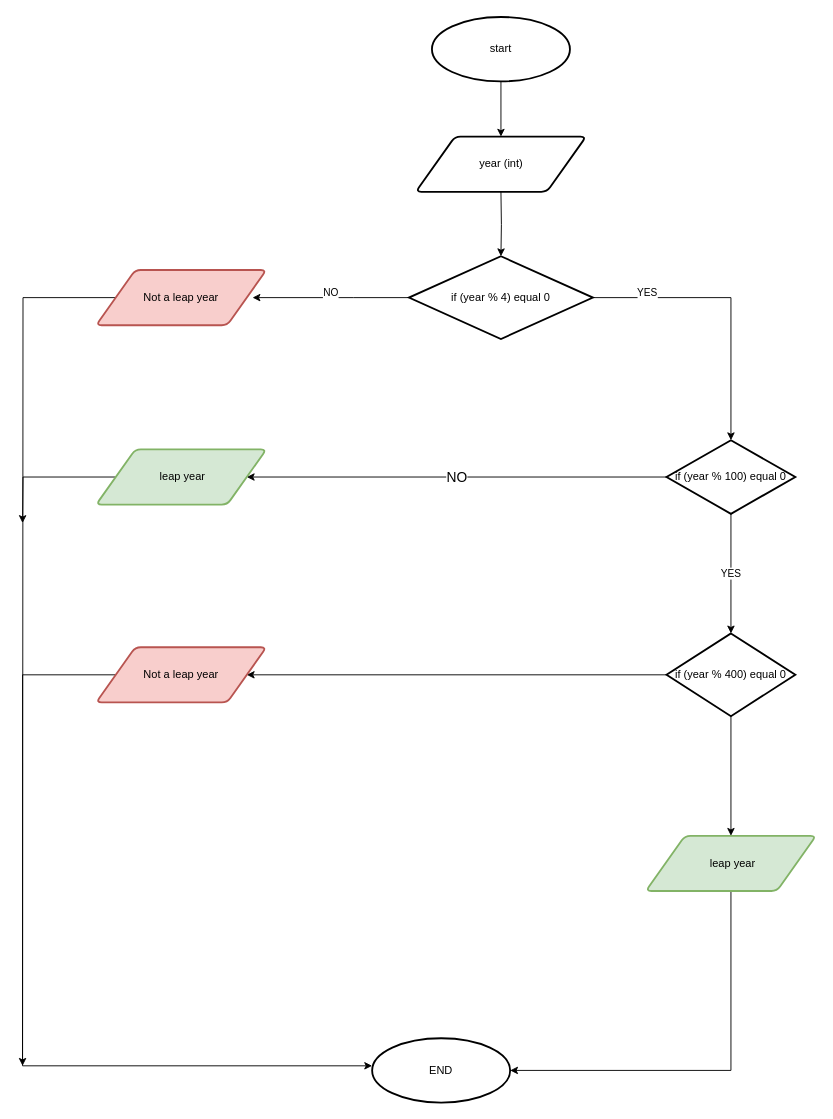
The draw.io diagram Day_3/leap_year/Untitled Diagram.drawio in sameh-mo/100_Days_of_code, before the edit. Source tidied: cells renumbered, new cells numbered last; positions are measured from the earlier drawing's top-left corner, leaving out a move shared by most shapes. Both pictures are drawn from the tidied source at 92%, with x=0, y=0 at pixel (22, 17).
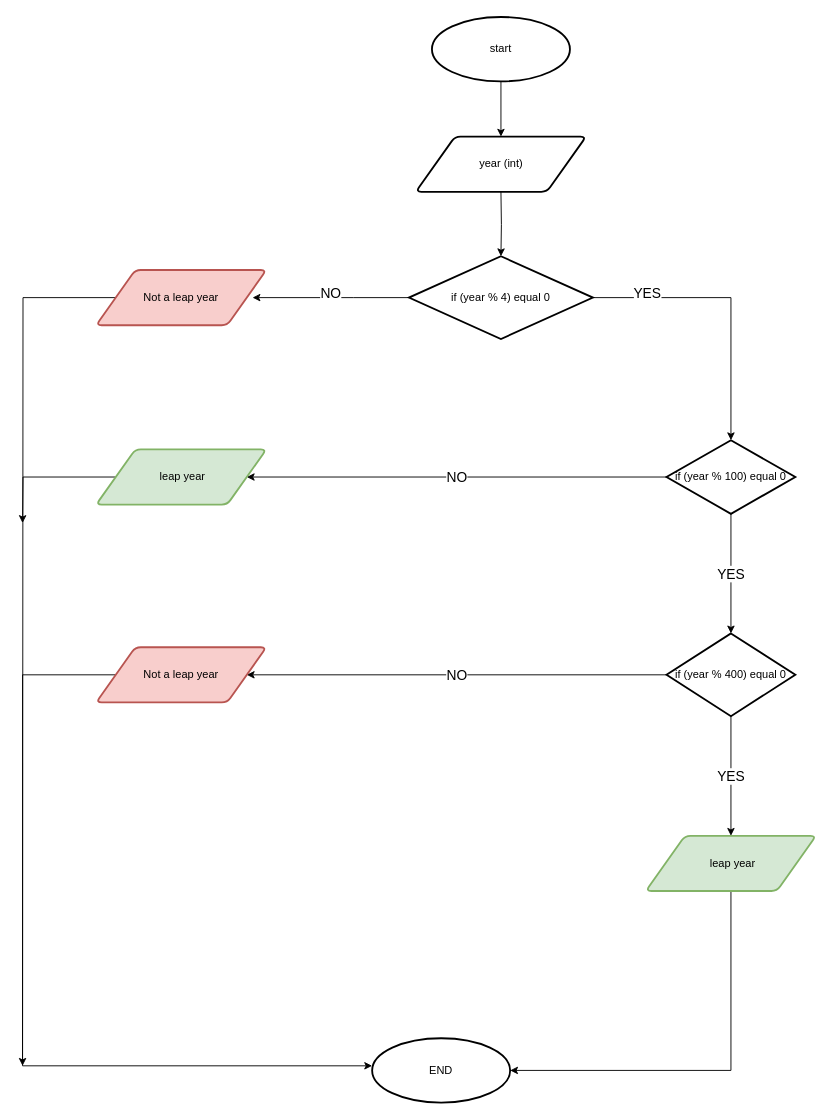
The same diagram, later.

Unchanged cells that the change refers to:
```xml
<mxCell id="5" value="if (year % 4) equal 0" style="rhombus;whiteSpace=wrap;html=1;strokeWidth=2;" parent="1" vertex="1">
  <mxGeometry x="420" y="260" width="200" height="90" as="geometry" />
</mxCell>
<mxCell id="8" value="if (year % 100) equal 0" style="rhombus;whiteSpace=wrap;html=1;strokeWidth=2;" parent="1" vertex="1">
  <mxGeometry x="700" y="460" width="140" height="80" as="geometry" />
</mxCell>
<mxCell id="11" value="if (year % 400) equal 0" style="rhombus;whiteSpace=wrap;html=1;strokeWidth=2;" parent="1" vertex="1">
  <mxGeometry x="700" y="670" width="140" height="90" as="geometry" />
</mxCell>
<mxCell id="21" value="Not a leap year" style="shape=parallelogram;html=1;strokeWidth=2;perimeter=parallelogramPerimeter;whiteSpace=wrap;rounded=1;arcSize=12;size=0.23;fillColor=#f8cecc;strokeColor=#b85450;" parent="1" vertex="1">
  <mxGeometry x="80" y="685" width="185" height="60" as="geometry" />
</mxCell>
```

What changed in the source:
```diff
@@
-    <mxCell id="3" value="YES" style="edgeStyle=orthogonalEdgeStyle;rounded=0;jettySize=auto;html=1;" parent="1" edge="1" source="5" target="8">
+    <mxCell id="3" value="YES" style="edgeStyle=orthogonalEdgeStyle;rounded=0;jettySize=auto;html=1;fontSize=15;" parent="1" edge="1" source="5" target="8">
       <mxGeometry x="-0.61" y="5" relative="1" as="geometry">
         <Array as="points">
           <mxPoint x="770" y="305" />
         </Array>
       </mxGeometry>
     </mxCell>
-    <mxCell id="4" value="NO" style="edgeStyle=orthogonalEdgeStyle;rounded=0;jettySize=auto;html=1;exitX=0;exitY=0.5;exitDx=0;exitDy=0;entryX=1;entryY=0.5;entryDx=0;entryDy=0;" parent="1" edge="1" source="5">
+    <mxCell id="4" value="NO" style="edgeStyle=orthogonalEdgeStyle;rounded=0;jettySize=auto;html=1;exitX=0;exitY=0.5;exitDx=0;exitDy=0;entryX=1;entryY=0.5;entryDx=0;entryDy=0;fontSize=15;" parent="1" edge="1" source="5">
       <mxGeometry y="-5" relative="1" as="geometry">
         <mxPoint x="250" y="305" as="targetPoint" />
         <Array as="points">
           <mxPoint x="360" y="305" />
           <mxPoint x="360" y="305" />
         </Array>
       </mxGeometry>
     </mxCell>
@@
-    <mxCell id="7" value="YES" style="edgeStyle=orthogonalEdgeStyle;rounded=0;jettySize=auto;html=1;" parent="1" edge="1" source="8" target="11">
+    <mxCell id="7" value="YES" style="edgeStyle=orthogonalEdgeStyle;rounded=0;jettySize=auto;html=1;fontSize=15;" parent="1" edge="1" source="8" target="11">
       <mxGeometry relative="1" as="geometry" />
     </mxCell>
@@
-    <mxCell id="9" style="edgeStyle=orthogonalEdgeStyle;rounded=0;jettySize=auto;html=1;" parent="1" edge="1" source="11" target="21">
+    <mxCell id="9" value="NO" style="edgeStyle=orthogonalEdgeStyle;rounded=0;jettySize=auto;html=1;fontSize=15;" parent="1" edge="1" source="11" target="21">
       <mxGeometry relative="1" as="geometry" />
     </mxCell>
-    <mxCell id="10" style="edgeStyle=orthogonalEdgeStyle;rounded=0;jettySize=auto;html=1;entryX=0.5;entryY=0;entryDx=0;entryDy=0;" parent="1" edge="1" source="11">
+    <mxCell id="10" value="YES" style="edgeStyle=orthogonalEdgeStyle;rounded=0;jettySize=auto;html=1;entryX=0.5;entryY=0;entryDx=0;entryDy=0;fontSize=15;" parent="1" edge="1" source="11">
       <mxGeometry relative="1" as="geometry">
         <mxPoint x="770" y="890" as="targetPoint" />
       </mxGeometry>
     </mxCell>
```
